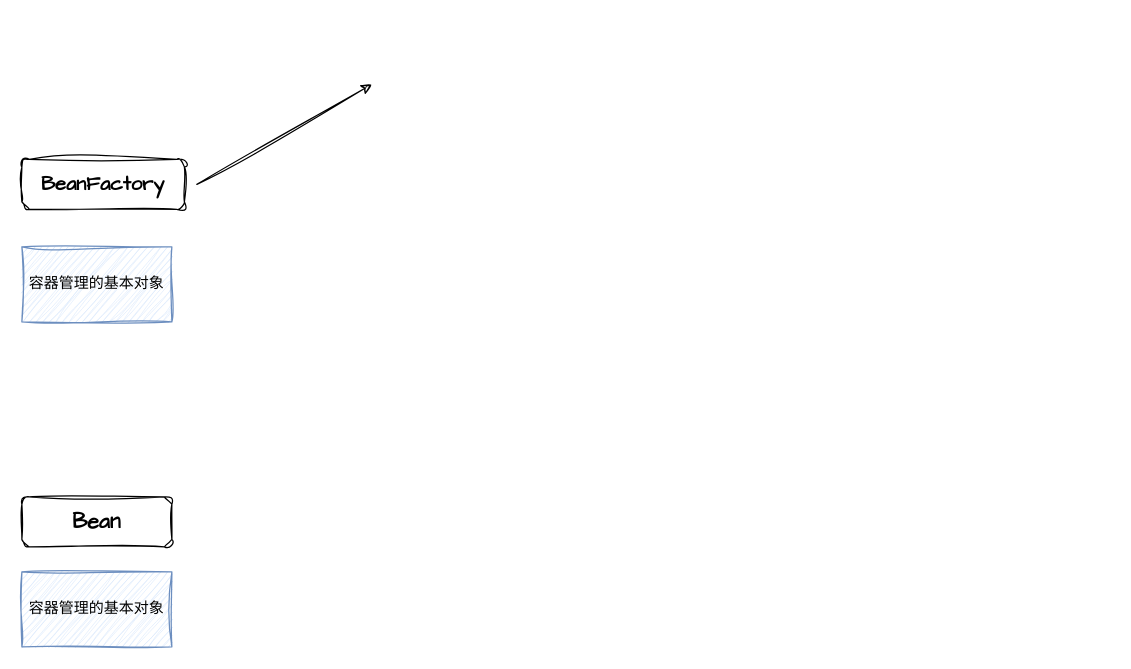
This is spring源码.drawio from minybear/drawIo, a draw.io file, before an edit. Source tidied: cells renumbered, new cells numbered last; positions are measured from the earlier drawing's top-left corner, leaving out a move shared by most shapes. Both pictures are drawn from the tidied source at 125%, with x=0, y=0 at pixel (21, 84).
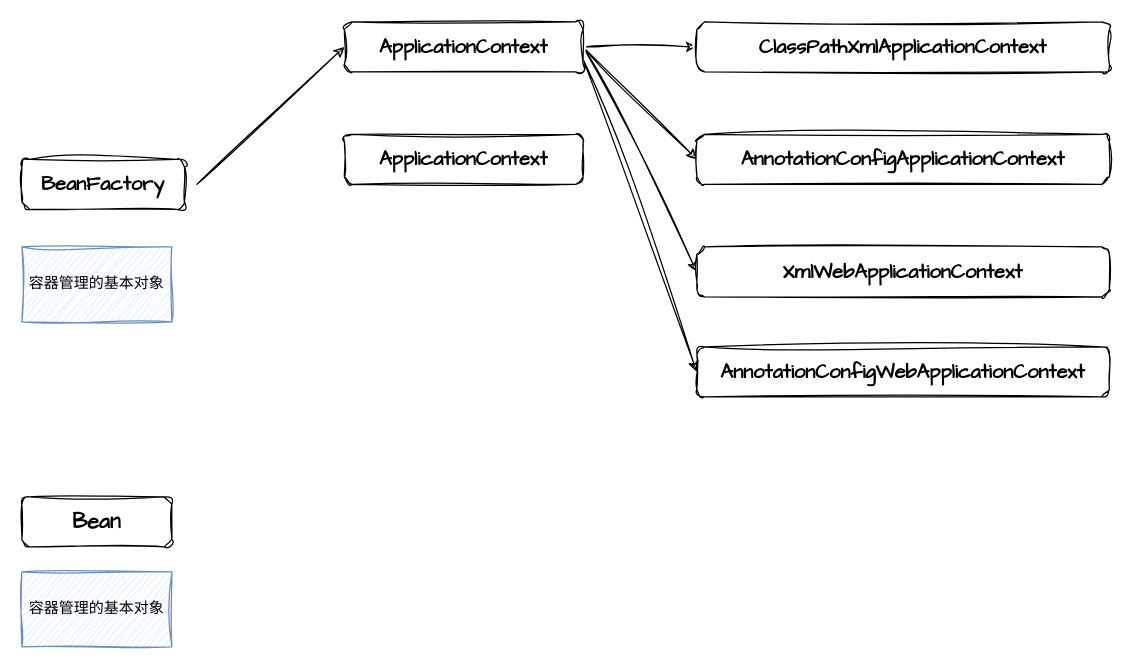
The same diagram, later.

Diff of the diagram source:
```diff
@@
 <mxGraphModel>
   <root>
     <mxCell id="0" />
     <mxCell id="1" parent="0" />
     <mxCell id="2" value="BeanFactory" style="rounded=1;whiteSpace=wrap;html=1;sketch=1;hachureGap=4;jiggle=2;curveFitting=1;fontFamily=Architects Daughter;fontStyle=1;fontSize=16;" parent="1" vertex="1">
       <mxGeometry y="60" width="130" height="40" as="geometry" />
     </mxCell>
-    <mxCell id="3" style="endArrow=classic;html=1;rounded=0;sketch=1;hachureGap=4;jiggle=2;curveFitting=1;fontFamily=Architects Daughter;" parent="1" edge="1">
+    <mxCell id="3" style="endArrow=classic;html=1;rounded=0;sketch=1;hachureGap=4;jiggle=2;curveFitting=1;fontFamily=Architects Daughter;entryX=0;entryY=0.5;entryDx=0;entryDy=0;" parent="1" edge="1" target="11">
       <mxGeometry relative="1" as="geometry">
         <mxPoint x="140" y="80" as="sourcePoint" />
-        <mxPoint x="280" as="targetPoint" />
       </mxGeometry>
     </mxCell>
     <mxCell id="4" value="Bean" style="rounded=1;whiteSpace=wrap;html=1;sketch=1;hachureGap=4;jiggle=2;curveFitting=1;fontFamily=Architects Daughter;fontStyle=1;fontSize=17;" parent="1" vertex="1">
       <mxGeometry y="330" width="120" height="40" as="geometry" />
     </mxCell>
     <mxCell id="5" value="容器管理的基本对象" style="rounded=0;whiteSpace=wrap;html=1;sketch=1;hachureGap=4;jiggle=2;curveFitting=1;fontFamily=Architects Daughter;fillColor=#dae8fc;strokeColor=#6c8ebf;" parent="1" vertex="1">
       <mxGeometry y="390" width="120" height="60" as="geometry" />
     </mxCell>
     <mxCell id="6" value="容器管理的基本对象" style="rounded=0;whiteSpace=wrap;html=1;sketch=1;hachureGap=4;jiggle=2;curveFitting=1;fontFamily=Architects Daughter;fillColor=#dae8fc;strokeColor=#6c8ebf;" parent="1" vertex="1">
       <mxGeometry y="130" width="120" height="60" as="geometry" />
     </mxCell>
+    <mxCell id="7" style="edgeStyle=orthogonalEdgeStyle;rounded=0;sketch=1;hachureGap=4;jiggle=2;curveFitting=1;jettySize=auto;html=1;exitX=1;exitY=0.5;exitDx=0;exitDy=0;fontFamily=Architects Daughter;entryX=0;entryY=0.5;entryDx=0;entryDy=0;" parent="1" edge="1" source="11" target="12">
+      <mxGeometry relative="1" as="geometry" />
+    </mxCell>
+    <mxCell id="8" style="edgeStyle=none;rounded=0;sketch=1;hachureGap=4;jiggle=2;curveFitting=1;jettySize=auto;html=1;exitX=1;exitY=0.5;exitDx=0;exitDy=0;fontFamily=Architects Daughter;entryX=0;entryY=0.5;entryDx=0;entryDy=0;" parent="1" edge="1" source="11" target="13">
+      <mxGeometry relative="1" as="geometry" />
+    </mxCell>
+    <mxCell id="9" style="edgeStyle=none;rounded=0;sketch=1;hachureGap=4;jiggle=2;curveFitting=1;jettySize=auto;html=1;exitX=1;exitY=0.5;exitDx=0;exitDy=0;fontFamily=Architects Daughter;entryX=0;entryY=0.5;entryDx=0;entryDy=0;" parent="1" edge="1" source="11" target="14">
+      <mxGeometry relative="1" as="geometry" />
+    </mxCell>
+    <mxCell id="10" style="edgeStyle=none;rounded=0;sketch=1;hachureGap=4;jiggle=2;curveFitting=1;jettySize=auto;html=1;exitX=1;exitY=0.75;exitDx=0;exitDy=0;fontFamily=Architects Daughter;entryX=0;entryY=0.5;entryDx=0;entryDy=0;" parent="1" edge="1" source="11" target="15">
+      <mxGeometry relative="1" as="geometry" />
+    </mxCell>
+    <mxCell id="11" value="ApplicationContext" style="rounded=1;whiteSpace=wrap;html=1;sketch=1;hachureGap=4;jiggle=2;curveFitting=1;fontFamily=Architects Daughter;fontStyle=1;fontSize=16;" parent="1" vertex="1">
+      <mxGeometry x="258" y="-50" width="191" height="40" as="geometry" />
+    </mxCell>
+    <mxCell id="12" value="ClassPathXmlApplicationContext" style="rounded=1;whiteSpace=wrap;html=1;sketch=1;hachureGap=4;jiggle=2;curveFitting=1;fontFamily=Architects Daughter;fontStyle=1;fontSize=16;" parent="1" vertex="1">
+      <mxGeometry x="540" y="-50" width="330" height="40" as="geometry" />
+    </mxCell>
+    <mxCell id="13" value="AnnotationConfigApplicationContext" style="rounded=1;whiteSpace=wrap;html=1;sketch=1;hachureGap=4;jiggle=2;curveFitting=1;fontFamily=Architects Daughter;fontStyle=1;fontSize=16;" parent="1" vertex="1">
+      <mxGeometry x="540" y="40" width="330" height="40" as="geometry" />
+    </mxCell>
+    <mxCell id="14" value="XmlWebApplicationContext" style="rounded=1;whiteSpace=wrap;html=1;sketch=1;hachureGap=4;jiggle=2;curveFitting=1;fontFamily=Architects Daughter;fontStyle=1;fontSize=16;" parent="1" vertex="1">
+      <mxGeometry x="540" y="130" width="330" height="40" as="geometry" />
+    </mxCell>
+    <mxCell id="15" value="AnnotationConfigWebApplicationContext" style="rounded=1;whiteSpace=wrap;html=1;sketch=1;hachureGap=4;jiggle=2;curveFitting=1;fontFamily=Architects Daughter;fontStyle=1;fontSize=16;" parent="1" vertex="1">
+      <mxGeometry x="540" y="210" width="330" height="40" as="geometry" />
+    </mxCell>
+    <mxCell id="16" value="ApplicationContext" style="rounded=1;whiteSpace=wrap;html=1;sketch=1;hachureGap=4;jiggle=2;curveFitting=1;fontFamily=Architects Daughter;fontStyle=1;fontSize=16;" parent="1" vertex="1">
+      <mxGeometry x="258" y="40" width="191" height="40" as="geometry" />
+    </mxCell>
   </root>
 </mxGraphModel>
```
